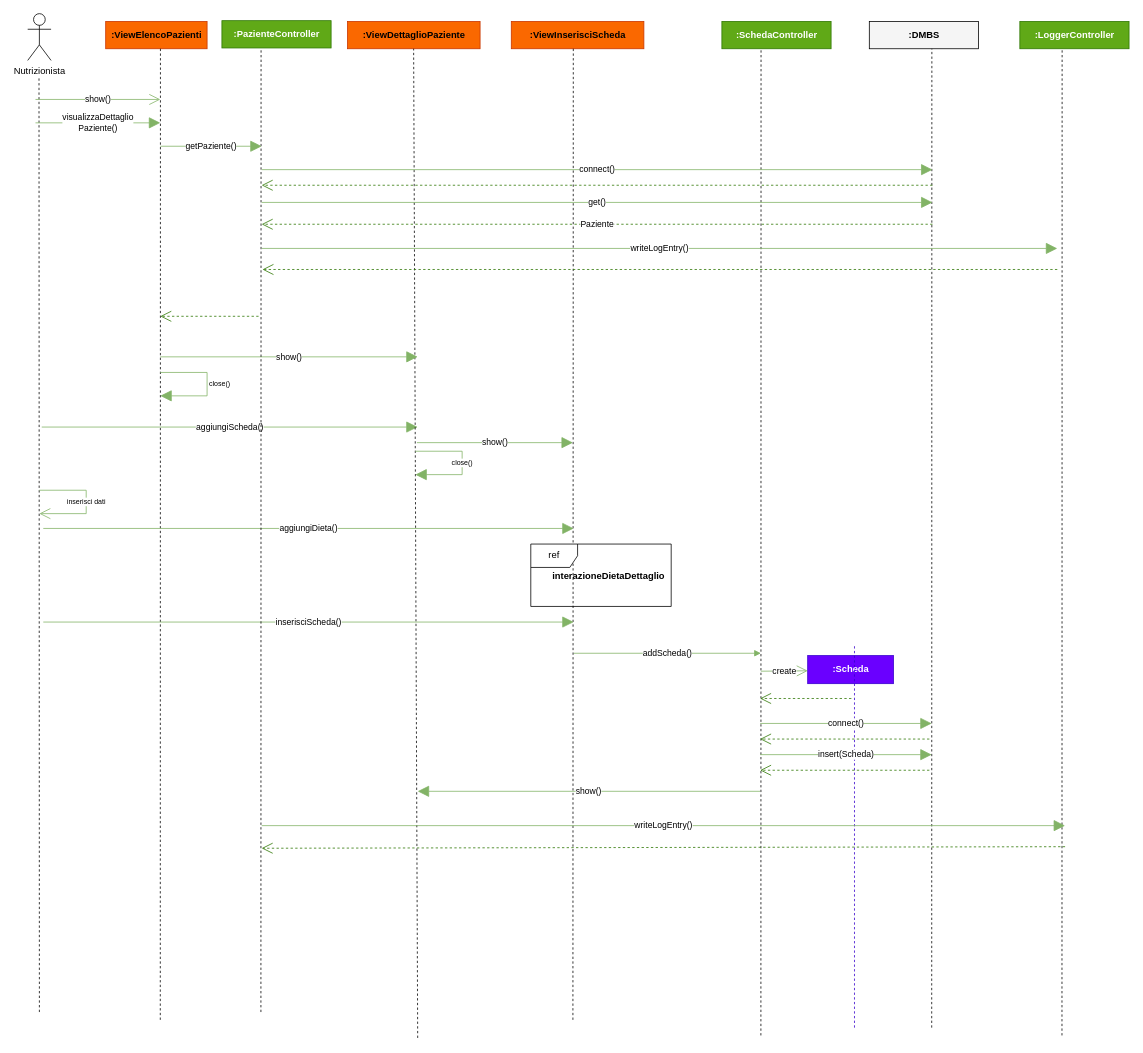
DeborohNoah/IngSoft keeps this draw.io diagram as Interazioni/interazioneAggiungiSchedaDettaglio.drawio. Above is the earlier version. Source tidied: cells renumbered, new cells numbered last; positions are measured from the earlier drawing's top-left corner, leaving out a move shared by most shapes. Both pictures are drawn from the tidied source at 78%, with x=0, y=0 at pixel (27, 13).
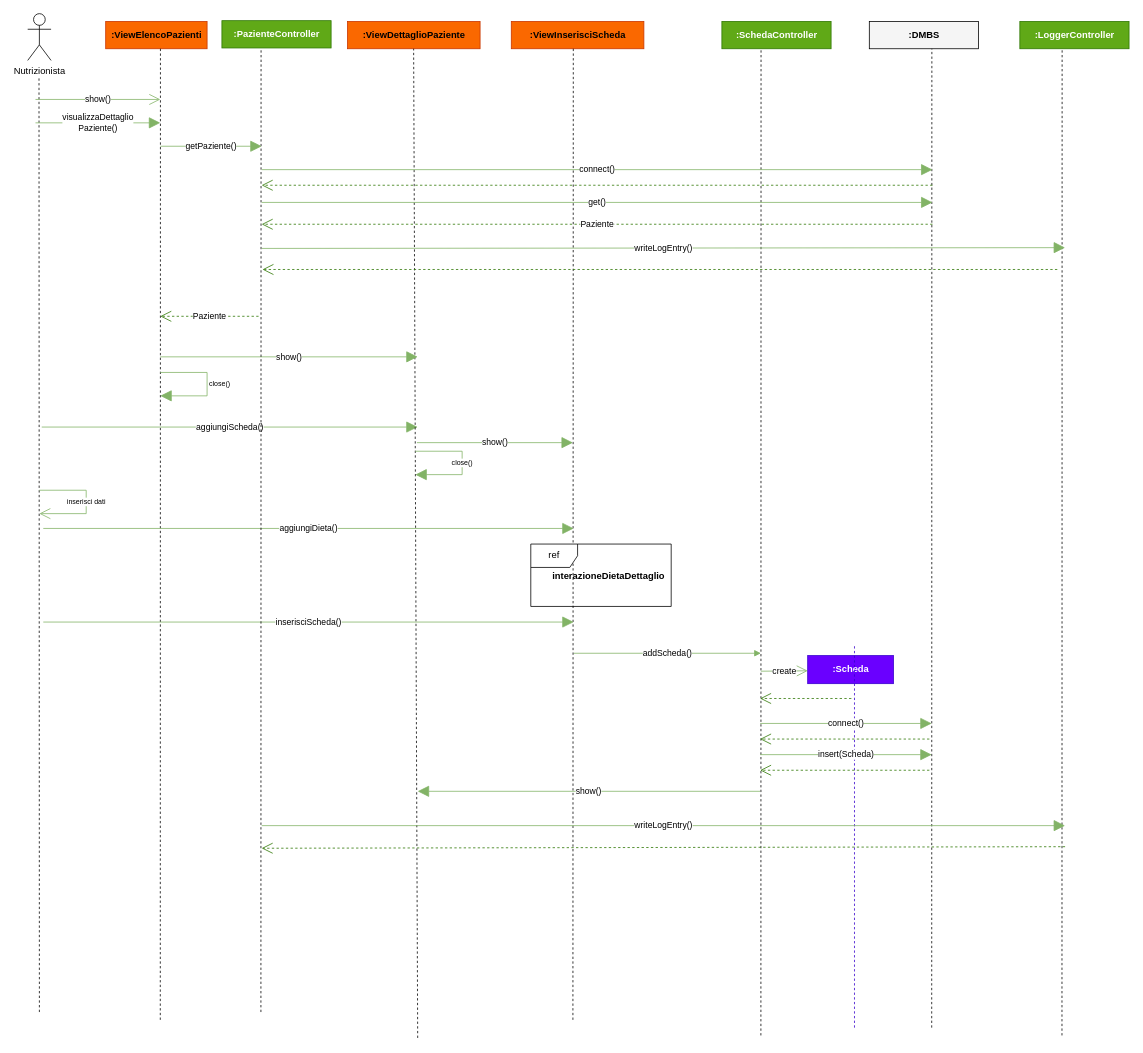
The same diagram, later.

Commit message (it also covers changes not shown here):
diagrammi di sequenza finale

Diff of the diagram source:
```diff
@@
-    <mxCell id="42" style="endArrow=open;endFill=1;endSize=12;html=1;rounded=0;fillColor=#60a917;strokeColor=#2D7600;dashed=1;" parent="1" edge="1">
+    <mxCell id="42" value="Paziente" style="endArrow=open;endFill=1;endSize=12;html=1;rounded=0;fillColor=#60a917;strokeColor=#2D7600;dashed=1;" parent="1" edge="1">
       <mxGeometry relative="1" as="geometry">
         <mxPoint x="296" y="388" as="sourcePoint" />
         <mxPoint x="170" y="388" as="targetPoint" />
       </mxGeometry>
     </mxCell>
     <mxCell id="43" value="writeLogEntry()" style="endArrow=block;endSize=12;html=1;rounded=0;fillColor=#d5e8d4;gradientColor=#97d077;strokeColor=#82b366;endFill=1;" parent="1" edge="1">
       <mxGeometry relative="1" as="geometry">
         <mxPoint x="300" y="301" as="sourcePoint" />
-        <mxPoint x="1320" y="301" as="targetPoint" />
+        <mxPoint x="1330" y="300" as="targetPoint" />
       </mxGeometry>
     </mxCell>
```
